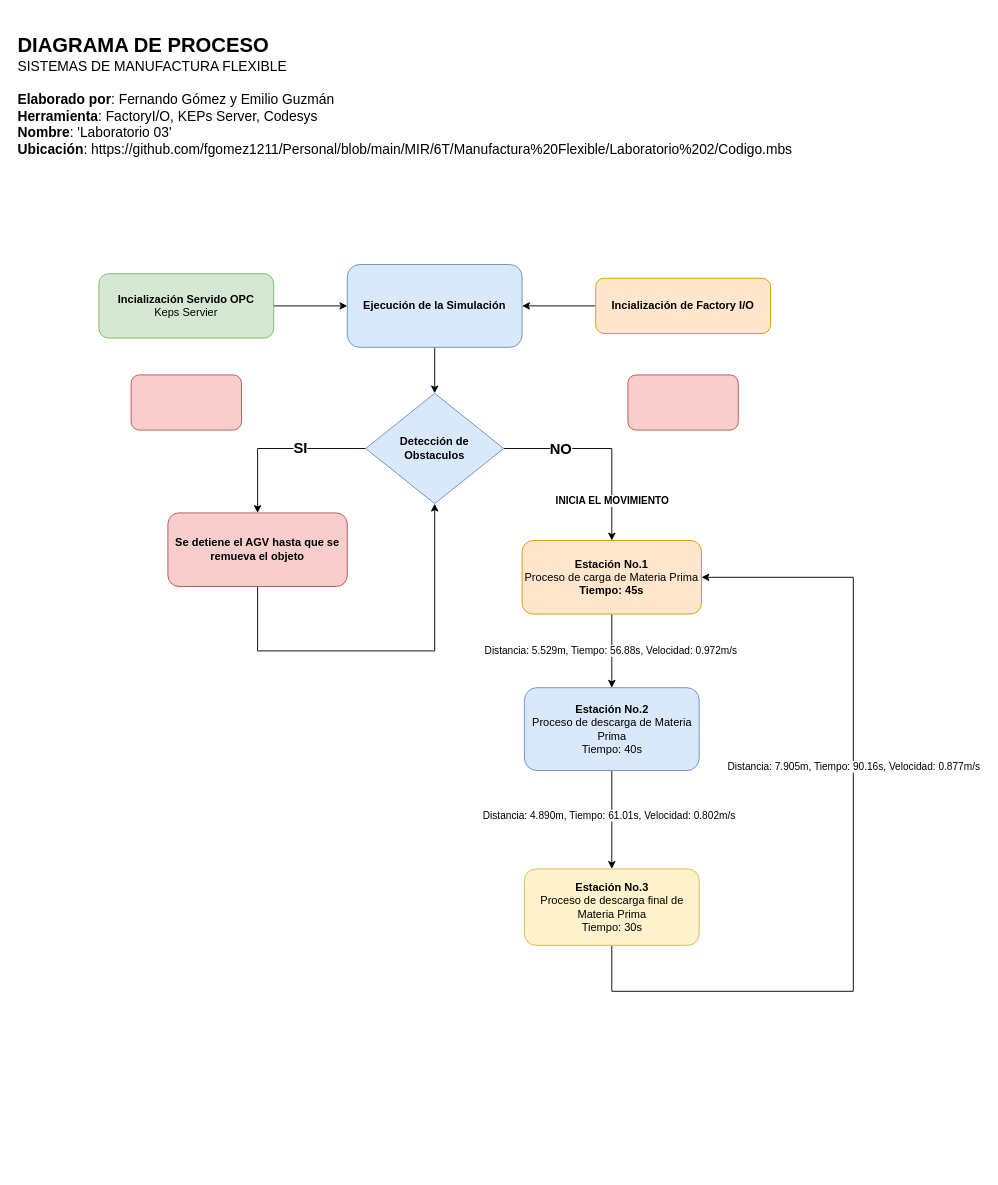
This is MIR/6T/Proyecto Final/Proyecto_Final - Diagrama de Proceso.drawio from fgomez1211/Personal, a draw.io file, before an edit. Source tidied: cells renumbered, new cells numbered last; positions are measured from the earlier drawing's top-left corner, leaving out a move shared by most shapes. Both pictures are drawn from the tidied source at 92%, with x=0, y=0 at pixel (16, 16).
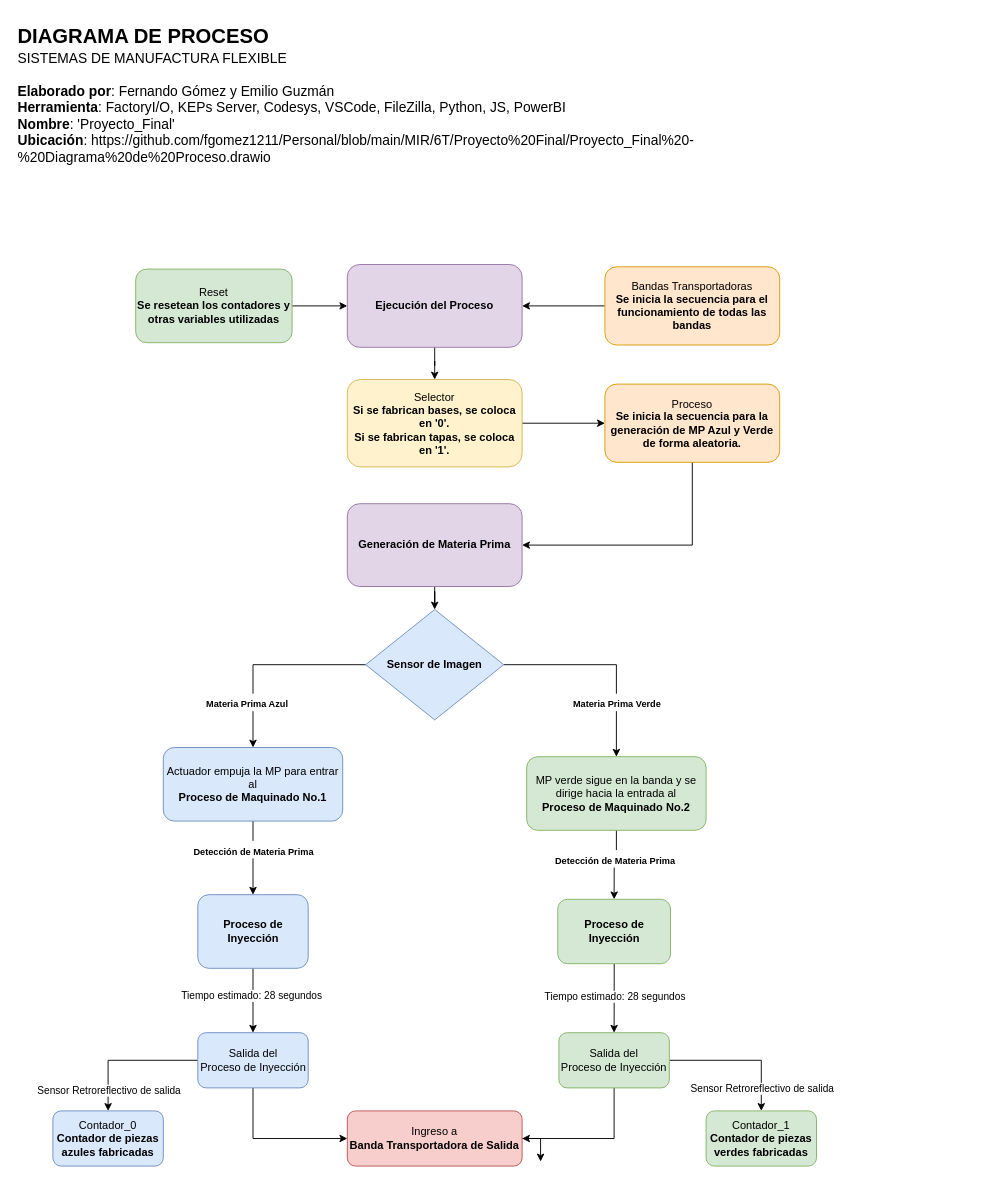
The same page after the edit.

Unchanged cells that the change refers to:
```xml
<mxCell id="17" style="edgeStyle=orthogonalEdgeStyle;rounded=0;jettySize=auto;html=1;exitX=1;exitY=0.5;exitDx=0;exitDy=0;entryX=0.5;entryY=0;entryDx=0;entryDy=0;" parent="1" edge="1" source="22" target="5">
  <mxGeometry relative="1" as="geometry" />
</mxCell>
<mxCell id="20" style="edgeStyle=orthogonalEdgeStyle;rounded=0;jettySize=auto;html=1;exitX=0;exitY=0.5;exitDx=0;exitDy=0;" parent="1" edge="1" source="22" target="24">
  <mxGeometry relative="1" as="geometry" />
</mxCell>
```

Change to the diagram source:
```diff
@@
-    <mxCell id="2" style="edgeStyle=orthogonalEdgeStyle;rounded=0;jettySize=auto;html=1;exitX=1;exitY=0.5;exitDx=0;exitDy=0;" parent="1" edge="1" source="3" target="13">
+    <mxCell id="2" style="edgeStyle=orthogonalEdgeStyle;rounded=0;jettySize=auto;html=1;entryX=0;entryY=0.5;entryDx=0;entryDy=0;" parent="1" edge="1" source="3" target="13">
       <mxGeometry relative="1" as="geometry" />
     </mxCell>
-    <mxCell id="3" value="&lt;b&gt;Incialización Servido OPC&lt;/b&gt;&lt;br&gt;Keps Servier" style="rounded=1;whiteSpace=wrap;html=1;fontSize=12;glass=0;strokeWidth=1;shadow=0;fillColor=#d5e8d4;strokeColor=#82b366;" parent="1" vertex="1">
-      <mxGeometry x="90" y="280" width="190" height="70" as="geometry" />
+    <mxCell id="3" value="Reset&lt;br&gt;&lt;b&gt;Se resetean los contadores y otras variables utilizadas&lt;/b&gt;" style="rounded=1;whiteSpace=wrap;html=1;fontSize=12;glass=0;strokeWidth=1;shadow=0;fillColor=#d5e8d4;strokeColor=#82b366;" parent="1" vertex="1">
+      <mxGeometry x="130" y="275" width="170" height="80" as="geometry" />
     </mxCell>
-    <mxCell id="4" value="Distancia: 5.529m, Tiempo: 56.88s, Velocidad: 0.972m/s&amp;nbsp;" style="edgeStyle=orthogonalEdgeStyle;rounded=0;jettySize=auto;html=1;exitX=0.5;exitY=1;exitDx=0;exitDy=0;entryX=0.5;entryY=0;entryDx=0;entryDy=0;" parent="1" edge="1" source="5" target="8">
+    <mxCell id="4" style="edgeStyle=orthogonalEdgeStyle;rounded=0;jettySize=auto;html=1;exitX=0.5;exitY=1;exitDx=0;exitDy=0;entryX=0.5;entryY=0;entryDx=0;entryDy=0;" parent="1" edge="1" source="5" target="8">
       <mxGeometry relative="1" as="geometry" />
     </mxCell>
-    <mxCell id="5" value="&lt;b&gt;Estación No.1&lt;/b&gt;&lt;br&gt;Proceso de carga de Materia Prima&lt;br&gt;&lt;b&gt;Tiempo: 45s&lt;/b&gt;" style="whiteSpace=wrap;html=1;rounded=1;glass=0;strokeWidth=1;shadow=0;fillColor=#ffe6cc;strokeColor=#d79b00;" parent="1" vertex="1">
-      <mxGeometry x="550" y="570" width="195" height="80" as="geometry" />
+    <mxCell id="5" value="MP verde sigue en la banda y se dirige hacia la entrada al&lt;br&gt;&lt;b&gt;Proceso de Maquinado No.2&lt;/b&gt;" style="whiteSpace=wrap;html=1;rounded=1;glass=0;strokeWidth=1;shadow=0;fillColor=#d5e8d4;strokeColor=#82b366;" parent="1" vertex="1">
+      <mxGeometry x="555" y="805" width="195" height="80" as="geometry" />
     </mxCell>
-    <mxCell id="6" style="edgeStyle=orthogonalEdgeStyle;rounded=0;jettySize=auto;html=1;exitX=0.5;exitY=1;exitDx=0;exitDy=0;" parent="1" edge="1" source="8" target="16">
-      <mxGeometry relative="1" as="geometry" />
-    </mxCell>
-    <mxCell id="7" value="Distancia: 4.890m, Tiempo: 61.01s, Velocidad: 0.802m/s&amp;nbsp;" style="edgeLabel;html=1;align=center;verticalAlign=middle;" parent="6" vertex="1">
-      <mxGeometry x="-0.1" y="-2" relative="1" as="geometry" />
-    </mxCell>
+    <mxCell id="27" style="edgeStyle=orthogonalEdgeStyle;rounded=0;jettySize=auto;html=1;" parent="1" edge="1" source="8" target="45">
+      <mxGeometry relative="1" as="geometry" />
+    </mxCell>
-    <mxCell id="8" value="&lt;b&gt;Estación No.2&lt;br&gt;&lt;/b&gt;Proceso de descarga de Materia Prima&lt;br&gt;Tiempo: 40s" style="whiteSpace=wrap;html=1;rounded=1;glass=0;strokeWidth=1;shadow=0;fillColor=#dae8fc;strokeColor=#6c8ebf;" parent="1" vertex="1">
-      <mxGeometry x="552.5" y="730" width="190" height="90" as="geometry" />
+    <mxCell id="8" value="&lt;b&gt;Proceso de Inyección&lt;/b&gt;" style="whiteSpace=wrap;html=1;rounded=1;glass=0;strokeWidth=1;shadow=0;fillColor=#d5e8d4;strokeColor=#82b366;" parent="1" vertex="1">
+      <mxGeometry x="588.8" y="960" width="122.5" height="70" as="geometry" />
     </mxCell>
-    <mxCell id="9" value="&lt;b style=&quot;font-size: 22px;&quot;&gt;DIAGRAMA DE PROCESO&lt;br&gt;&lt;/b&gt;&lt;font style=&quot;font-size: 15px;&quot;&gt;&lt;span style=&quot;font-size: 15px;&quot;&gt;SISTEMAS DE MANUFACTURA FLEXIBLE&lt;br&gt;&lt;/span&gt;&lt;br&gt;&lt;span style=&quot;font-size: 15px;&quot;&gt;&lt;b&gt;Elaborado por&lt;/b&gt;: Fernando Gómez y Emilio Guzmán&lt;/span&gt;&lt;br&gt;&lt;span style=&quot;font-size: 15px;&quot;&gt;&lt;b&gt;Herramienta&lt;/b&gt;: FactoryI/O, KEPs Server, Codesys&lt;/span&gt;&lt;br&gt;&lt;span style=&quot;font-size: 15px;&quot;&gt;&lt;b&gt;Nombre&lt;/b&gt;: 'Laboratorio 03'&lt;/span&gt;&lt;br&gt;&lt;font style=&quot;font-size: 15px;&quot;&gt;&lt;b&gt;Ubicación&lt;/b&gt;:&amp;nbsp;https://github.com/fgomez1211/Personal/blob/main/MIR/6T/Manufactura%20Flexible/Laboratorio%202/Codigo.mbs&lt;br&gt;&lt;/font&gt;&lt;br&gt;&lt;/font&gt;" style="text;html=1;strokeColor=none;fillColor=none;align=left;verticalAlign=middle;whiteSpace=wrap;rounded=0;" parent="1" vertex="1">
+    <mxCell id="9" value="&lt;b style=&quot;font-size: 22px;&quot;&gt;DIAGRAMA DE PROCESO&lt;br&gt;&lt;/b&gt;&lt;font style=&quot;font-size: 15px;&quot;&gt;&lt;span style=&quot;font-size: 15px;&quot;&gt;SISTEMAS DE MANUFACTURA FLEXIBLE&lt;br&gt;&lt;/span&gt;&lt;br&gt;&lt;span style=&quot;font-size: 15px;&quot;&gt;&lt;b&gt;Elaborado por&lt;/b&gt;: Fernando Gómez y Emilio Guzmán&lt;/span&gt;&lt;br&gt;&lt;span style=&quot;font-size: 15px;&quot;&gt;&lt;b&gt;Herramienta&lt;/b&gt;: FactoryI/O, KEPs Server, Codesys, VSCode, FileZilla, Python, JS, PowerBI&lt;/span&gt;&lt;br&gt;&lt;span style=&quot;font-size: 15px;&quot;&gt;&lt;b&gt;Nombre&lt;/b&gt;: 'Proyecto_Final'&lt;/span&gt;&lt;br&gt;&lt;font style=&quot;font-size: 15px;&quot;&gt;&lt;b&gt;Ubicación&lt;/b&gt;:&amp;nbsp;https://github.com/fgomez1211/Personal/blob/main/MIR/6T/Proyecto%20Final/Proyecto_Final%20-%20Diagrama%20de%20Proceso.drawio&lt;br&gt;&lt;/font&gt;&lt;br&gt;&lt;/font&gt;" style="text;html=1;strokeColor=none;fillColor=none;align=left;verticalAlign=middle;whiteSpace=wrap;rounded=0;" parent="1" vertex="1">
       <mxGeometry width="860" height="190" as="geometry" />
     </mxCell>
@@
-    <mxCell id="11" value="&lt;b&gt;Incialización de Factory I/O&lt;/b&gt;" style="whiteSpace=wrap;html=1;rounded=1;glass=0;strokeWidth=1;shadow=0;fillColor=#ffe6cc;strokeColor=#d79b00;" parent="1" vertex="1">
-      <mxGeometry x="630" y="285" width="190" height="60" as="geometry" />
+    <mxCell id="11" value="Bandas Transportadoras&lt;br&gt;&lt;b&gt;Se inicia la secuencia para el funcionamiento de todas las bandas&lt;/b&gt;" style="whiteSpace=wrap;html=1;rounded=1;glass=0;strokeWidth=1;shadow=0;fillColor=#ffe6cc;strokeColor=#d79b00;" parent="1" vertex="1">
+      <mxGeometry x="640" y="272.5" width="190" height="85" as="geometry" />
     </mxCell>
-    <mxCell id="12" style="edgeStyle=orthogonalEdgeStyle;rounded=0;jettySize=auto;html=1;exitX=0.5;exitY=1;exitDx=0;exitDy=0;entryX=0.5;entryY=0;entryDx=0;entryDy=0;" parent="1" edge="1" source="13" target="22">
-      <mxGeometry relative="1" as="geometry" />
-    </mxCell>
+    <mxCell id="28" style="edgeStyle=orthogonalEdgeStyle;rounded=0;jettySize=auto;html=1;entryX=0.5;entryY=0;entryDx=0;entryDy=0;" parent="1" edge="1" source="13" target="26">
+      <mxGeometry relative="1" as="geometry" />
+    </mxCell>
-    <mxCell id="13" value="&lt;b&gt;Ejecución de la Simulación&lt;/b&gt;" style="whiteSpace=wrap;html=1;rounded=1;glass=0;strokeWidth=1;shadow=0;fillColor=#dae8fc;strokeColor=#6c8ebf;" parent="1" vertex="1">
+    <mxCell id="13" value="&lt;b&gt;Ejecución del Proceso&lt;/b&gt;" style="whiteSpace=wrap;html=1;rounded=1;glass=0;strokeWidth=1;shadow=0;fillColor=#e1d5e7;strokeColor=#9673a6;" parent="1" vertex="1">
       <mxGeometry x="360" y="270" width="190" height="90" as="geometry" />
     </mxCell>
-    <mxCell id="14" style="edgeStyle=orthogonalEdgeStyle;rounded=0;jettySize=auto;html=1;exitX=0.5;exitY=1;exitDx=0;exitDy=0;entryX=1;entryY=0.5;entryDx=0;entryDy=0;" parent="1" edge="1" source="16" target="5">
-      <mxGeometry relative="1" as="geometry">
-        <Array as="points">
-          <mxPoint x="648" y="1060" />
-          <mxPoint x="910" y="1060" />
-          <mxPoint x="910" y="610" />
-        </Array>
-      </mxGeometry>
-    </mxCell>
-    <mxCell id="15" value="Distancia: 7.905m, Tiempo: 90.16s, Velocidad: 0.877m/s&amp;nbsp;" style="edgeLabel;html=1;align=center;verticalAlign=middle;" parent="14" vertex="1">
-      <mxGeometry x="0.2" y="-1" relative="1" as="geometry" />
-    </mxCell>
-    <mxCell id="16" value="&lt;b style=&quot;border-color: var(--border-color);&quot;&gt;Estación No.3&lt;br style=&quot;border-color: var(--border-color);&quot;&gt;&lt;/b&gt;Proceso de descarga final de Materia Prima&lt;br style=&quot;border-color: var(--border-color);&quot;&gt;Tiempo: 30s" style="whiteSpace=wrap;html=1;rounded=1;glass=0;strokeWidth=1;shadow=0;fillColor=#fff2cc;strokeColor=#d6b656;" parent="1" vertex="1">
-      <mxGeometry x="552.5" y="927" width="190" height="83" as="geometry" />
-    </mxCell>
@@
-    <mxCell id="18" value="&lt;b style=&quot;font-size: 16px;&quot;&gt;NO&lt;/b&gt;" style="edgeLabel;html=1;align=center;verticalAlign=middle;fontSize=16;" parent="17" vertex="1">
+    <mxCell id="18" value="&lt;b style=&quot;border-color: var(--border-color);&quot;&gt;&lt;font style=&quot;border-color: var(--border-color); font-size: 10px;&quot;&gt;Materia Prima Verde&lt;/font&gt;&lt;/b&gt;" style="edgeLabel;html=1;align=center;verticalAlign=middle;fontSize=16;" parent="17" vertex="1">
       <mxGeometry x="-0.21" y="1" relative="1" as="geometry">
-        <mxPoint x="-25" y="1" as="offset" />
+        <mxPoint x="34" y="41" as="offset" />
       </mxGeometry>
     </mxCell>
-    <mxCell id="19" value="INICIA EL MOVIMIENTO" style="edgeLabel;html=1;align=center;verticalAlign=middle;fontStyle=1;" parent="17" vertex="1">
-      <mxGeometry x="0.6" relative="1" as="geometry" />
-    </mxCell>
@@
-    <mxCell id="21" value="&lt;b style=&quot;font-size: 16px;&quot;&gt;SI&lt;/b&gt;" style="edgeLabel;html=1;align=center;verticalAlign=middle;fontSize=16;" parent="20" vertex="1">
-      <mxGeometry x="-0.23" y="-2" relative="1" as="geometry" />
+    <mxCell id="21" value="&lt;b style=&quot;&quot;&gt;&lt;font style=&quot;font-size: 10px;&quot;&gt;Materia Prima Azul&lt;/font&gt;&lt;/b&gt;" style="edgeLabel;html=1;align=center;verticalAlign=middle;fontSize=16;" parent="20" vertex="1">
+      <mxGeometry x="-0.23" y="-2" relative="1" as="geometry">
+        <mxPoint x="-48" y="42" as="offset" />
+      </mxGeometry>
     </mxCell>
-    <mxCell id="22" value="&lt;b&gt;Detección de &lt;br&gt;Obstaculos&lt;/b&gt;" style="rhombus;whiteSpace=wrap;html=1;fillColor=#dae8fc;strokeColor=#6c8ebf;" parent="1" vertex="1">
-      <mxGeometry x="380" y="410" width="150" height="120" as="geometry" />
+    <mxCell id="22" value="&lt;b&gt;Sensor de Imagen&lt;/b&gt;" style="rhombus;whiteSpace=wrap;html=1;fillColor=#dae8fc;strokeColor=#6c8ebf;" parent="1" vertex="1">
+      <mxGeometry x="380" y="645" width="150" height="120" as="geometry" />
     </mxCell>
-    <mxCell id="23" style="edgeStyle=orthogonalEdgeStyle;rounded=0;jettySize=auto;html=1;exitX=0.5;exitY=1;exitDx=0;exitDy=0;entryX=0.5;entryY=1;entryDx=0;entryDy=0;" parent="1" edge="1" source="24" target="22">
-      <mxGeometry relative="1" as="geometry">
-        <Array as="points">
-          <mxPoint x="262" y="690" />
-          <mxPoint x="455" y="690" />
-        </Array>
-      </mxGeometry>
-    </mxCell>
+    <mxCell id="29" style="edgeStyle=orthogonalEdgeStyle;rounded=0;jettySize=auto;html=1;exitX=0.5;exitY=1;exitDx=0;exitDy=0;entryX=0.5;entryY=0;entryDx=0;entryDy=0;" parent="1" edge="1" source="24" target="36">
+      <mxGeometry relative="1" as="geometry" />
+    </mxCell>
-    <mxCell id="24" value="&lt;b&gt;Se detiene el AGV hasta que se remueva el objeto&lt;/b&gt;" style="whiteSpace=wrap;html=1;rounded=1;glass=0;strokeWidth=1;shadow=0;fillColor=#f8cecc;strokeColor=#b85450;" parent="1" vertex="1">
-      <mxGeometry x="165" y="540" width="195" height="80" as="geometry" />
+    <mxCell id="24" value="Actuador empuja la MP para entrar al &lt;br&gt;&lt;b&gt;Proceso de Maquinado No.1&lt;/b&gt;" style="whiteSpace=wrap;html=1;rounded=1;glass=0;strokeWidth=1;shadow=0;fillColor=#dae8fc;strokeColor=#6c8ebf;" parent="1" vertex="1">
+      <mxGeometry x="160" y="795" width="195" height="80" as="geometry" />
     </mxCell>
+    <mxCell id="30" style="edgeStyle=orthogonalEdgeStyle;rounded=0;jettySize=auto;html=1;exitX=1;exitY=0.5;exitDx=0;exitDy=0;" parent="1" edge="1" source="25">
+      <mxGeometry relative="1" as="geometry">
+        <mxPoint x="570.1" y="1245" as="targetPoint" />
+      </mxGeometry>
+    </mxCell>
-    <mxCell id="25" style="whiteSpace=wrap;html=1;rounded=1;glass=0;strokeWidth=1;shadow=0;fillColor=#f8cecc;strokeColor=#b85450;" parent="1" vertex="1">
-      <mxGeometry x="125" y="390" width="120" height="60" as="geometry" />
+    <mxCell id="25" value="Ingreso a &lt;br&gt;&lt;b&gt;Banda Transportadora de Salida&lt;/b&gt;" style="whiteSpace=wrap;html=1;rounded=1;glass=0;strokeWidth=1;shadow=0;fillColor=#f8cecc;strokeColor=#b85450;" parent="1" vertex="1">
+      <mxGeometry x="360" y="1190" width="190" height="60" as="geometry" />
     </mxCell>
+    <mxCell id="31" style="edgeStyle=orthogonalEdgeStyle;rounded=0;jettySize=auto;html=1;exitX=1;exitY=0.5;exitDx=0;exitDy=0;entryX=0;entryY=0.5;entryDx=0;entryDy=0;" parent="1" edge="1" source="26" target="48">
+      <mxGeometry relative="1" as="geometry" />
+    </mxCell>
-    <mxCell id="26" style="whiteSpace=wrap;html=1;rounded=1;glass=0;strokeWidth=1;shadow=0;fillColor=#f8cecc;strokeColor=#b85450;" parent="1" vertex="1">
-      <mxGeometry x="665" y="390" width="120" height="60" as="geometry" />
+    <mxCell id="26" value="Selector&lt;br&gt;&lt;b&gt;Si se fabrican bases, se coloca en '0'.&lt;br&gt;Si se fabrican tapas, se coloca en '1'.&lt;/b&gt;" style="whiteSpace=wrap;html=1;rounded=1;glass=0;strokeWidth=1;shadow=0;fillColor=#fff2cc;strokeColor=#d6b656;" parent="1" vertex="1">
+      <mxGeometry x="360" y="395" width="190" height="95" as="geometry" />
     </mxCell>
+    <mxCell id="32" style="edgeStyle=orthogonalEdgeStyle;rounded=0;jettySize=auto;html=1;entryX=0.5;entryY=0;entryDx=0;entryDy=0;" parent="1" edge="1" source="33" target="22">
+      <mxGeometry relative="1" as="geometry" />
+    </mxCell>
+    <mxCell id="33" value="&lt;b&gt;Generación de Materia Prima&lt;/b&gt;" style="whiteSpace=wrap;html=1;rounded=1;glass=0;strokeWidth=1;shadow=0;fillColor=#e1d5e7;strokeColor=#9673a6;" parent="1" vertex="1">
+      <mxGeometry x="360" y="530" width="190" height="90" as="geometry" />
+    </mxCell>
+    <mxCell id="34" style="edgeStyle=orthogonalEdgeStyle;rounded=0;jettySize=auto;html=1;" parent="1" edge="1" source="36" target="42">
+      <mxGeometry relative="1" as="geometry" />
+    </mxCell>
+    <mxCell id="35" value="Tiempo estimado: 28 segundos" style="edgeLabel;html=1;align=center;verticalAlign=middle;" parent="34" vertex="1">
+      <mxGeometry x="-0.18" y="-2" relative="1" as="geometry" />
+    </mxCell>
+    <mxCell id="36" value="&lt;b&gt;Proceso de Inyección&lt;/b&gt;" style="whiteSpace=wrap;html=1;rounded=1;glass=0;strokeWidth=1;shadow=0;fillColor=#dae8fc;strokeColor=#6c8ebf;" parent="1" vertex="1">
+      <mxGeometry x="197.5" y="955" width="120" height="80" as="geometry" />
+    </mxCell>
+    <mxCell id="37" value="&lt;b style=&quot;border-color: var(--border-color);&quot;&gt;&lt;font style=&quot;border-color: var(--border-color); font-size: 10px;&quot;&gt;Detección de Materia Prima&lt;/font&gt;&lt;/b&gt;" style="edgeLabel;html=1;align=center;verticalAlign=middle;fontSize=16;" parent="1" vertex="1">
+      <mxGeometry x="257.5" y="905" as="geometry" />
+    </mxCell>
+    <mxCell id="38" value="&lt;b style=&quot;border-color: var(--border-color);&quot;&gt;&lt;font style=&quot;border-color: var(--border-color); font-size: 10px;&quot;&gt;Detección de Materia Prima&lt;/font&gt;&lt;/b&gt;" style="edgeLabel;html=1;align=center;verticalAlign=middle;fontSize=16;" parent="1" vertex="1">
+      <mxGeometry x="650" y="915" as="geometry" />
+    </mxCell>
+    <mxCell id="39" style="edgeStyle=orthogonalEdgeStyle;rounded=0;jettySize=auto;html=1;exitX=0.5;exitY=1;exitDx=0;exitDy=0;entryX=0;entryY=0.5;entryDx=0;entryDy=0;" parent="1" edge="1" source="42" target="25">
+      <mxGeometry relative="1" as="geometry" />
+    </mxCell>
+    <mxCell id="40" style="edgeStyle=orthogonalEdgeStyle;rounded=0;jettySize=auto;html=1;" parent="1" edge="1" source="42" target="49">
+      <mxGeometry relative="1" as="geometry" />
+    </mxCell>
+    <mxCell id="41" value="Sensor Retroreflectivo de salida" style="edgeLabel;html=1;align=center;verticalAlign=middle;" parent="40" vertex="1">
+      <mxGeometry x="0.48" y="-1" relative="1" as="geometry">
+        <mxPoint x="1" y="17" as="offset" />
+      </mxGeometry>
+    </mxCell>
+    <mxCell id="42" value="Salida del &lt;br&gt;Proceso de Inyección" style="whiteSpace=wrap;html=1;fillColor=#dae8fc;strokeColor=#6c8ebf;rounded=1;glass=0;strokeWidth=1;shadow=0;" parent="1" vertex="1">
+      <mxGeometry x="197.5" y="1105" width="120" height="60" as="geometry" />
+    </mxCell>
+    <mxCell id="43" style="edgeStyle=orthogonalEdgeStyle;rounded=0;jettySize=auto;html=1;exitX=0.5;exitY=1;exitDx=0;exitDy=0;entryX=1;entryY=0.5;entryDx=0;entryDy=0;" parent="1" edge="1" source="45" target="25">
+      <mxGeometry relative="1" as="geometry" />
+    </mxCell>
+    <mxCell id="44" style="edgeStyle=orthogonalEdgeStyle;rounded=0;jettySize=auto;html=1;" parent="1" edge="1" source="45" target="50">
+      <mxGeometry relative="1" as="geometry" />
+    </mxCell>
+    <mxCell id="45" value="Salida del&lt;br&gt;Proceso de Inyección" style="whiteSpace=wrap;html=1;fillColor=#d5e8d4;strokeColor=#82b366;rounded=1;glass=0;strokeWidth=1;shadow=0;" parent="1" vertex="1">
+      <mxGeometry x="590" y="1105" width="120" height="60" as="geometry" />
+    </mxCell>
+    <mxCell id="46" value="Tiempo estimado: 28 segundos" style="edgeLabel;html=1;align=center;verticalAlign=middle;" parent="1" vertex="1">
+      <mxGeometry x="650" y="1065" as="geometry" />
+    </mxCell>
+    <mxCell id="47" style="edgeStyle=orthogonalEdgeStyle;rounded=0;jettySize=auto;html=1;exitX=0.5;exitY=1;exitDx=0;exitDy=0;entryX=1;entryY=0.5;entryDx=0;entryDy=0;" parent="1" edge="1" source="48" target="33">
+      <mxGeometry relative="1" as="geometry" />
+    </mxCell>
+    <mxCell id="48" value="Proceso&lt;br&gt;&lt;b&gt;Se inicia la secuencia para la generación de MP Azul y Verde de forma aleatoria.&lt;/b&gt;" style="whiteSpace=wrap;html=1;rounded=1;glass=0;strokeWidth=1;shadow=0;fillColor=#ffe6cc;strokeColor=#d79b00;" parent="1" vertex="1">
+      <mxGeometry x="640" y="400" width="190" height="85" as="geometry" />
+    </mxCell>
+    <mxCell id="49" value="Contador_0&lt;br&gt;&lt;b&gt;Contador de piezas azules fabricadas&lt;/b&gt;" style="whiteSpace=wrap;html=1;fillColor=#dae8fc;strokeColor=#6c8ebf;rounded=1;glass=0;strokeWidth=1;shadow=0;" parent="1" vertex="1">
+      <mxGeometry x="40" y="1190" width="120" height="60" as="geometry" />
+    </mxCell>
+    <mxCell id="50" value="Contador_1&lt;br style=&quot;border-color: var(--border-color);&quot;&gt;&lt;b style=&quot;border-color: var(--border-color);&quot;&gt;Contador de piezas verdes fabricadas&lt;/b&gt;" style="whiteSpace=wrap;html=1;fillColor=#d5e8d4;strokeColor=#82b366;rounded=1;glass=0;strokeWidth=1;shadow=0;" parent="1" vertex="1">
+      <mxGeometry x="750" y="1190" width="120" height="60" as="geometry" />
+    </mxCell>
+    <mxCell id="51" value="Sensor Retroreflectivo de salida" style="edgeLabel;html=1;align=center;verticalAlign=middle;" parent="1" vertex="1">
+      <mxGeometry x="810" y="1165" as="geometry" />
+    </mxCell>
```
